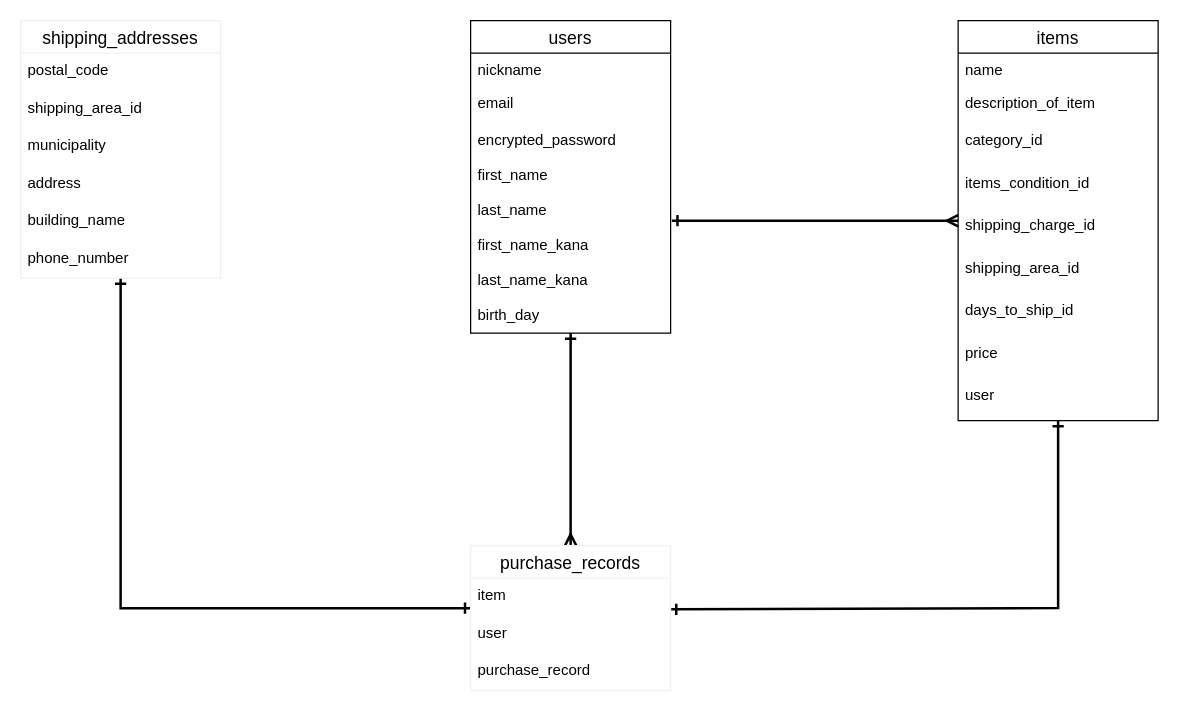
Above: furima_ER.dio in sairas774/furima-35582 (draw.io), before the change. Source tidied: cells renumbered, new cells numbered last; positions are measured from the earlier drawing's top-left corner, leaving out a move shared by most shapes. Both pictures are drawn from the tidied source at 125%, with x=0, y=0 at pixel (20, 20).
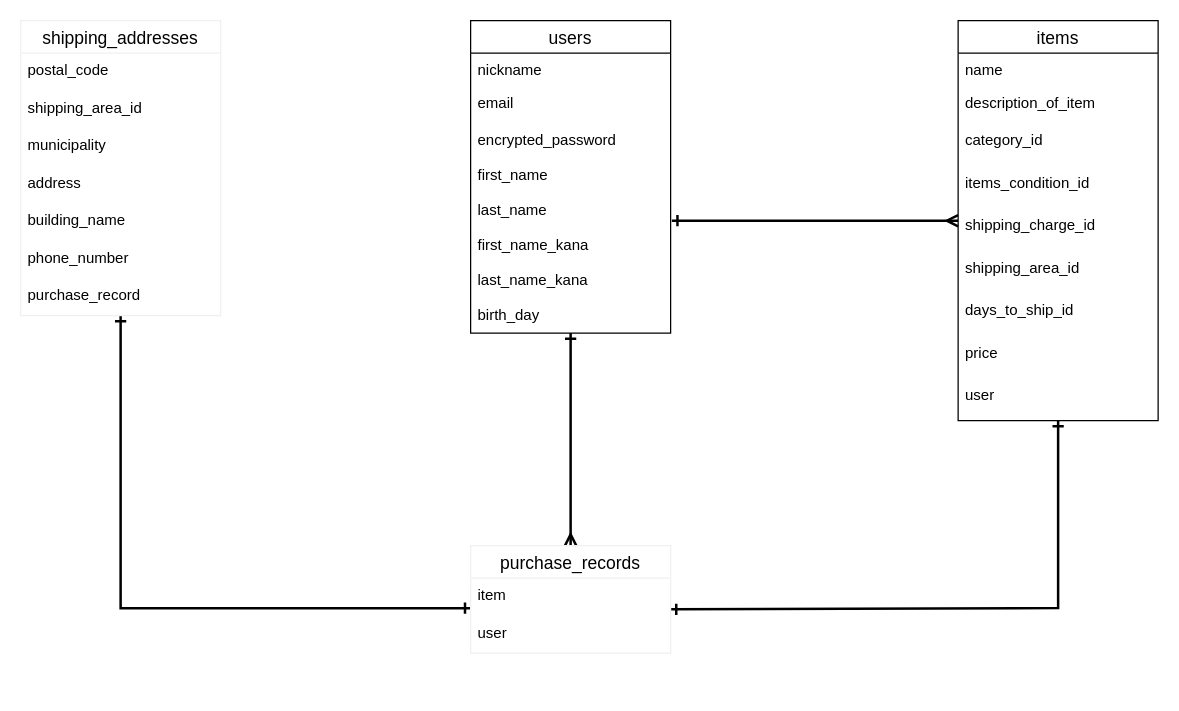
The same page after the edit.

Commit message (it also covers changes not shown here):
データベース修正７

What changed in the source:
```diff
@@
     <mxCell id="25" value="shipping_addresses" style="swimlane;fontStyle=0;horizontal=1;startSize=26;align=center;fontSize=14;strokeColor=#f0f0f0;fillColor=none;" parent="1" vertex="1">
-      <mxGeometry width="160" height="206" as="geometry" />
+      <mxGeometry width="160" height="236" as="geometry" />
     </mxCell>
@@
+    <mxCell id="36" value="phone_number" style="text;strokeColor=none;fillColor=none;spacingLeft=4;spacingRight=4;overflow=hidden;fontSize=12;" parent="25" vertex="1">
+      <mxGeometry y="176" width="160" height="30" as="geometry" />
+    </mxCell>
-    <mxCell id="31" value="phone_number" style="text;strokeColor=none;fillColor=none;spacingLeft=4;spacingRight=4;overflow=hidden;fontSize=12;" parent="25" vertex="1">
-      <mxGeometry y="176" width="160" height="30" as="geometry" />
+    <mxCell id="31" value="purchase_record" style="text;strokeColor=none;fillColor=none;spacingLeft=4;spacingRight=4;overflow=hidden;fontSize=12;" parent="25" vertex="1">
+      <mxGeometry y="206" width="160" height="30" as="geometry" />
     </mxCell>
     <mxCell id="32" value="purchase_records" style="swimlane;fontStyle=0;horizontal=1;startSize=26;align=center;fontSize=14;strokeColor=#f0f0f0;fillColor=none;" parent="1" vertex="1">
-      <mxGeometry x="360" y="420" width="160" height="116" as="geometry" />
+      <mxGeometry x="360" y="420" width="160" height="86" as="geometry" />
     </mxCell>
@@
-    <mxCell id="35" value="purchase_record" style="text;strokeColor=none;fillColor=none;spacingLeft=4;spacingRight=4;overflow=hidden;fontSize=12;" parent="32" vertex="1">
-      <mxGeometry y="86" width="160" height="30" as="geometry" />
-    </mxCell>
```
